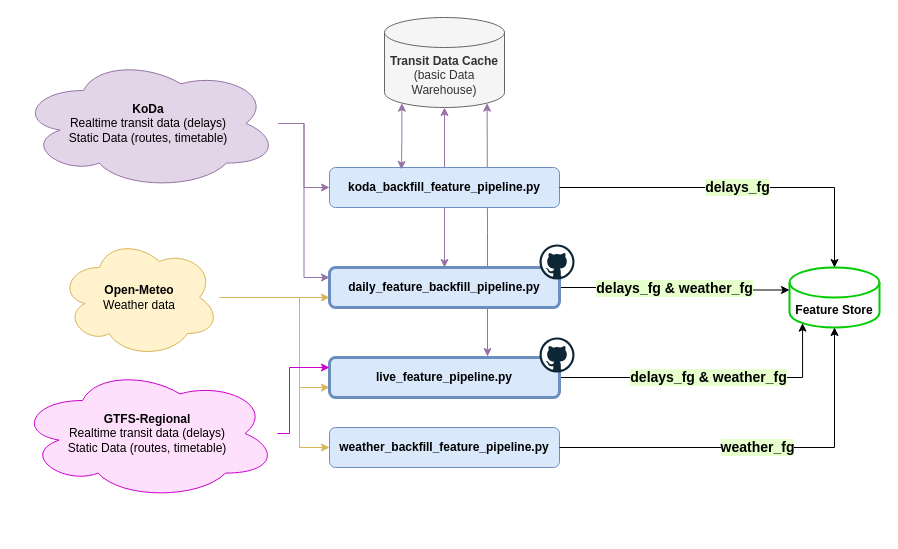
Before: docs/data_collection.drawio in ID2223-2024-group2/project, a draw.io diagram. Source tidied: cells renumbered, new cells numbered last; positions are measured from the earlier drawing's top-left corner, leaving out a move shared by most shapes. Both pictures are drawn from the tidied source at 100%, with x=0, y=0 at pixel (17, 17).
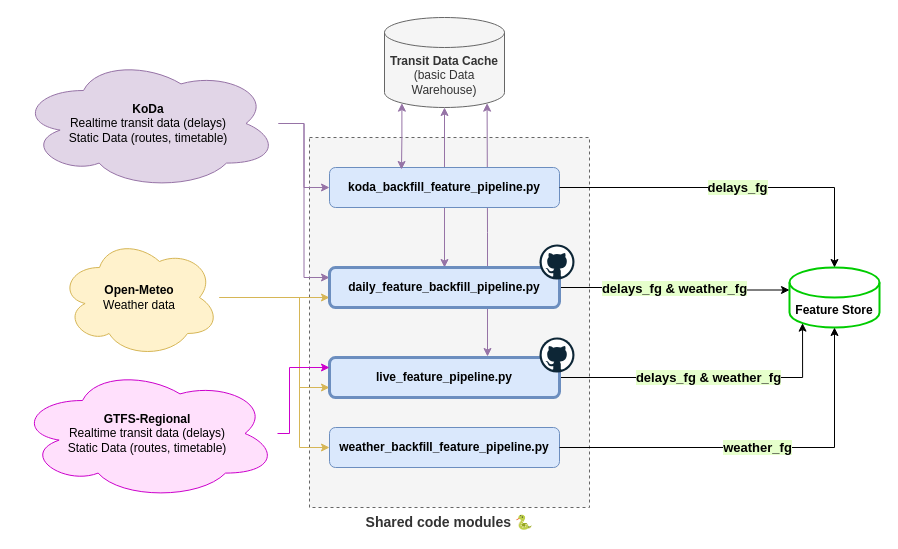
After the change.

Commit message (it also covers changes not shown here):
Highlight shared data processing code and update data collection diagram.

Unchanged cells that the change refers to:
```xml
<mxCell id="4" value="Feature Store" style="shape=cylinder3;whiteSpace=wrap;html=1;boundedLbl=1;backgroundOutline=1;size=15;fontStyle=1;strokeColor=#00CC00;strokeWidth=2;" parent="1" vertex="1">
  <mxGeometry x="772" y="250" width="90" height="60" as="geometry" />
</mxCell>
<mxCell id="5" value="koda_backfill_feature_pipeline.py" style="rounded=1;whiteSpace=wrap;html=1;fillColor=#dae8fc;strokeColor=#6c8ebf;fontStyle=1;" parent="1" vertex="1">
  <mxGeometry x="312" y="150" width="230" height="40" as="geometry" />
</mxCell>
<mxCell id="7" value="weather_backfill_feature_pipeline.py" style="rounded=1;whiteSpace=wrap;html=1;fillColor=#dae8fc;strokeColor=#6c8ebf;fontStyle=1;" parent="1" vertex="1">
  <mxGeometry x="312" y="410" width="230" height="40" as="geometry" />
</mxCell>
<mxCell id="20" value="daily_feature_backfill_pipeline.py" style="rounded=1;whiteSpace=wrap;html=1;fillColor=#dae8fc;strokeColor=#6c8ebf;fontStyle=1;strokeWidth=3;" parent="19" vertex="1">
  <mxGeometry y="23" width="230" height="40" as="geometry" />
</mxCell>
<mxCell id="23" value="&lt;div&gt;live_feature_pipeline.py&lt;/div&gt;" style="rounded=1;whiteSpace=wrap;html=1;fillColor=#dae8fc;strokeColor=#6c8ebf;fontStyle=1;strokeWidth=3;" parent="22" vertex="1">
  <mxGeometry y="20" width="230" height="40" as="geometry" />
</mxCell>
```

The edit, as a diff of the source:
```diff
@@
+    <mxCell id="28" value="&lt;b&gt;&lt;font style=&quot;font-size: 14px;&quot;&gt;Shared code modules 🐍&lt;br&gt;&lt;/font&gt;&lt;/b&gt;" style="rounded=0;whiteSpace=wrap;html=1;fillColor=#f5f5f5;fontColor=#333333;strokeColor=#666666;labelPosition=center;verticalLabelPosition=bottom;align=center;verticalAlign=top;dashed=1;" parent="1" vertex="1">
+      <mxGeometry x="292" y="120" width="280" height="370" as="geometry" />
+    </mxCell>
@@
-    <mxCell id="6" value="delays_fg" style="edgeStyle=orthogonalEdgeStyle;rounded=0;jettySize=auto;html=1;entryX=0.5;entryY=0;entryDx=0;entryDy=0;entryPerimeter=0;labelBackgroundColor=#E6FFCC;fontSize=14;labelBorderColor=none;fontStyle=1;spacing=2;spacingTop=0;spacingLeft=0;" parent="1" edge="1" source="5" target="4">
+    <mxCell id="6" value="delays_fg" style="edgeStyle=orthogonalEdgeStyle;rounded=0;jettySize=auto;html=1;entryX=0.5;entryY=0;entryDx=0;entryDy=0;entryPerimeter=0;labelBackgroundColor=#E6FFCC;fontSize=13;labelBorderColor=none;fontStyle=1;spacing=2;spacingTop=0;spacingLeft=0;" parent="1" edge="1" source="5" target="4">
       <mxGeometry relative="1" as="geometry" />
     </mxCell>
@@
-    <mxCell id="8" value="weather_fg" style="edgeStyle=orthogonalEdgeStyle;rounded=0;jettySize=auto;html=1;entryX=0.5;entryY=1;entryDx=0;entryDy=0;entryPerimeter=0;fontSize=14;labelBackgroundColor=#E6FFCC;fontStyle=1;" parent="1" edge="1" source="7" target="4">
+    <mxCell id="8" value="weather_fg" style="edgeStyle=orthogonalEdgeStyle;rounded=0;jettySize=auto;html=1;entryX=0.5;entryY=1;entryDx=0;entryDy=0;entryPerimeter=0;fontSize=13;labelBackgroundColor=#E6FFCC;fontStyle=1;" parent="1" edge="1" source="7" target="4">
       <mxGeometry relative="1" as="geometry" />
     </mxCell>
-    <mxCell id="9" value="delays_fg &amp;amp; weather_fg" style="edgeStyle=orthogonalEdgeStyle;rounded=0;jettySize=auto;html=1;entryX=0;entryY=0;entryDx=0;entryDy=22.5;entryPerimeter=0;fontSize=14;labelBackgroundColor=#E6FFCC;fontStyle=1;" parent="1" edge="1" source="20" target="4">
+    <mxCell id="9" value="delays_fg &amp;amp; weather_fg" style="edgeStyle=orthogonalEdgeStyle;rounded=0;jettySize=auto;html=1;entryX=0;entryY=0;entryDx=0;entryDy=22.5;entryPerimeter=0;fontSize=13;labelBackgroundColor=#E6FFCC;fontStyle=1;" parent="1" edge="1" source="20" target="4">
       <mxGeometry relative="1" as="geometry" />
     </mxCell>
@@
-    <mxCell id="18" value="delays_fg &amp;amp; weather_fg" style="edgeStyle=orthogonalEdgeStyle;rounded=0;jettySize=auto;html=1;entryX=0.145;entryY=1;entryDx=0;entryDy=-4.35;entryPerimeter=0;fontSize=14;labelBackgroundColor=#E6FFCC;fontStyle=1;" parent="1" edge="1" source="23" target="4">
+    <mxCell id="18" value="delays_fg &amp;amp; weather_fg" style="edgeStyle=orthogonalEdgeStyle;rounded=0;jettySize=auto;html=1;entryX=0.145;entryY=1;entryDx=0;entryDy=-4.35;entryPerimeter=0;fontSize=13;labelBackgroundColor=#E6FFCC;fontStyle=1;" parent="1" edge="1" source="23" target="4">
       <mxGeometry relative="1" as="geometry" />
     </mxCell>
```
